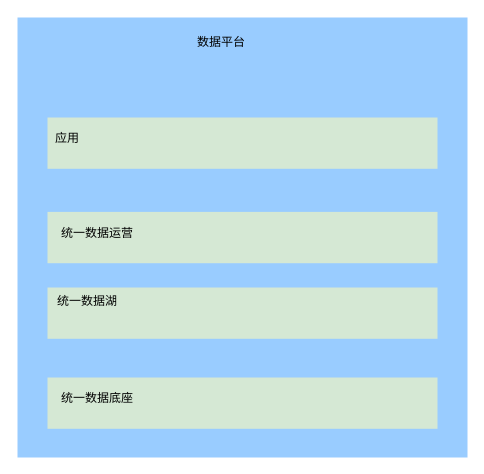
This is 数据检索与维修数据服/未命名绘图.drawio from DemonHan/KuickBuy, a draw.io file, before an edit. Source tidied: cells renumbered, new cells numbered last; positions are measured from the earlier drawing's top-left corner, leaving out a move shared by most shapes. Both pictures are drawn from the tidied source at 100%, with x=0, y=0 at pixel (17, 17).
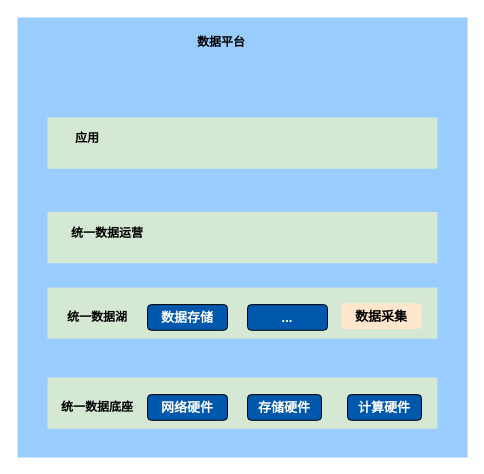
The same page after the edit.

Commit message (it also covers changes not shown here):
更新未命名绘图.drawio

Change to the diagram source:
```diff
@@
 <mxGraphModel>
   <root>
     <mxCell id="0" />
     <mxCell id="1" parent="0" />
     <mxCell id="2" style="rounded=0;whiteSpace=wrap;html=1;fillColor=#99CCFF;strokeColor=none;" parent="1" vertex="1">
       <mxGeometry width="450" height="440" as="geometry" />
     </mxCell>
     <mxCell id="3" style="rounded=0;whiteSpace=wrap;html=1;fillColor=#d5e8d4;strokeColor=none;" parent="1" vertex="1">
       <mxGeometry x="30" y="360" width="390" height="51.3" as="geometry" />
     </mxCell>
-    <mxCell id="4" value="数据平台" style="text;html=1;align=center;verticalAlign=middle;whiteSpace=wrap;rounded=0;" parent="1" vertex="1">
+    <mxCell id="4" value="数据平台" style="text;html=1;align=center;verticalAlign=middle;whiteSpace=wrap;rounded=0;fontStyle=1;" parent="1" vertex="1">
       <mxGeometry x="174" y="10" width="60" height="30" as="geometry" />
     </mxCell>
-    <mxCell id="5" value="统一数据底座" style="text;html=1;align=center;verticalAlign=middle;whiteSpace=wrap;rounded=0;" parent="1" vertex="1">
-      <mxGeometry x="30" y="351.3" width="100" height="60" as="geometry" />
+    <mxCell id="5" value="统一数据底座" style="text;html=1;align=center;verticalAlign=middle;whiteSpace=wrap;rounded=0;fontStyle=1;" parent="1" vertex="1">
+      <mxGeometry x="30" y="360" width="100" height="60" as="geometry" />
     </mxCell>
     <mxCell id="6" style="rounded=0;whiteSpace=wrap;html=1;fillColor=#d5e8d4;strokeColor=none;" parent="1" vertex="1">
       <mxGeometry x="30" y="270" width="390" height="51.3" as="geometry" />
     </mxCell>
-    <mxCell id="7" value="统一数据湖" style="text;html=1;align=center;verticalAlign=middle;whiteSpace=wrap;rounded=0;" parent="1" vertex="1">
-      <mxGeometry x="30" y="254.4" width="80" height="60" as="geometry" />
+    <mxCell id="7" value="统一数据湖" style="text;html=1;align=center;verticalAlign=middle;whiteSpace=wrap;rounded=0;fontStyle=1;" parent="1" vertex="1">
+      <mxGeometry x="40" y="270" width="80" height="60" as="geometry" />
     </mxCell>
     <mxCell id="8" style="rounded=0;whiteSpace=wrap;html=1;fillColor=#d5e8d4;strokeColor=none;" parent="1" vertex="1">
       <mxGeometry x="30" y="194.4" width="390" height="51.3" as="geometry" />
     </mxCell>
-    <mxCell id="9" value="统一数据运营" style="text;html=1;align=center;verticalAlign=middle;whiteSpace=wrap;rounded=0;" parent="1" vertex="1">
-      <mxGeometry x="40" y="185.7" width="80" height="60" as="geometry" />
+    <mxCell id="9" value="统一数据运营" style="text;html=1;align=center;verticalAlign=middle;whiteSpace=wrap;rounded=0;fontStyle=1;" parent="1" vertex="1">
+      <mxGeometry x="50" y="185.7" width="80" height="60" as="geometry" />
     </mxCell>
     <mxCell id="10" style="rounded=0;whiteSpace=wrap;html=1;fillColor=#d5e8d4;strokeColor=none;" parent="1" vertex="1">
       <mxGeometry x="30" y="100" width="390" height="51.3" as="geometry" />
     </mxCell>
-    <mxCell id="11" value="应用" style="text;html=1;align=center;verticalAlign=middle;whiteSpace=wrap;rounded=0;" parent="1" vertex="1">
-      <mxGeometry x="30" y="91.3" width="40" height="60" as="geometry" />
+    <mxCell id="11" value="应用" style="text;html=1;align=center;verticalAlign=middle;whiteSpace=wrap;rounded=0;fontStyle=1;" parent="1" vertex="1">
+      <mxGeometry x="50" y="91.3" width="40" height="60" as="geometry" />
     </mxCell>
+    <mxCell id="12" value="网络硬件" style="rounded=1;whiteSpace=wrap;html=1;fontStyle=1;fontSize=13;strokeColor=default;fillColor=#0058AC;fontColor=#FFFFFF;" parent="1" vertex="1">
+      <mxGeometry x="130" y="377.1" width="80" height="25.7" as="geometry" />
+    </mxCell>
+    <mxCell id="13" value="存储硬件" style="rounded=1;whiteSpace=wrap;html=1;fontStyle=1;fontSize=13;strokeColor=default;fillColor=#0058AC;fontColor=#FFFFFF;" parent="1" vertex="1">
+      <mxGeometry x="230" y="377.1" width="74" height="25.7" as="geometry" />
+    </mxCell>
+    <mxCell id="14" value="计算硬件" style="rounded=1;whiteSpace=wrap;html=1;fontStyle=1;fontSize=13;strokeColor=default;fillColor=#0058AC;fontColor=#FFFFFF;" parent="1" vertex="1">
+      <mxGeometry x="330" y="377.1" width="74" height="25.7" as="geometry" />
+    </mxCell>
+    <mxCell id="15" value="数据存储" style="rounded=1;whiteSpace=wrap;html=1;fontStyle=1;fontSize=13;strokeColor=default;fillColor=#0058AC;fontColor=#FFFFFF;" parent="1" vertex="1">
+      <mxGeometry x="130" y="287.1" width="80" height="25.7" as="geometry" />
+    </mxCell>
+    <mxCell id="16" value="数据采集" style="rounded=1;whiteSpace=wrap;html=1;fontStyle=1;fontSize=13;strokeColor=none;fillColor=#ffe6cc;" parent="1" vertex="1">
+      <mxGeometry x="324" y="285.8" width="80" height="25.7" as="geometry" />
+    </mxCell>
+    <mxCell id="17" value="..." style="rounded=1;whiteSpace=wrap;html=1;fontStyle=1;fontSize=13;strokeColor=default;fillColor=#0058AC;fontColor=#FFFFFF;" parent="1" vertex="1">
+      <mxGeometry x="230" y="287.1" width="80" height="25.7" as="geometry" />
+    </mxCell>
   </root>
 </mxGraphModel>
```
